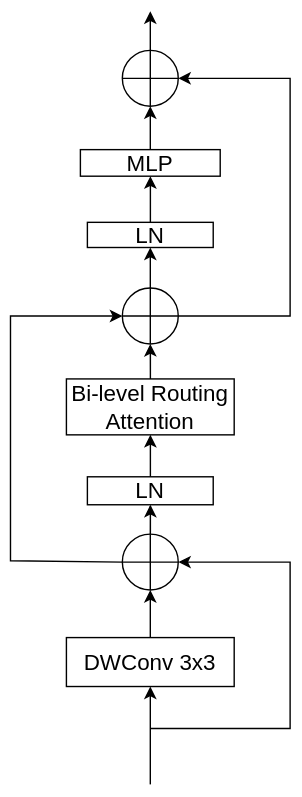
Above: BiFormer.drawio.svg in HTMLCSS-XD/draw.io (draw.io), before the change. Source tidied: cells renumbered, new cells last; positions are measured from the earlier drawing's top-left corner, leaving out a move shared by most shapes.
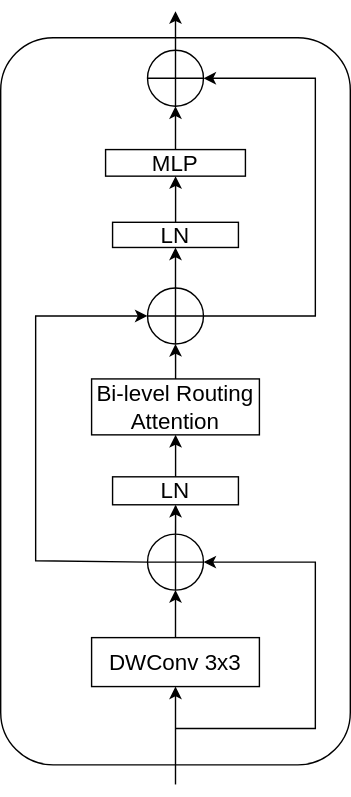
After the change.

Diff of the diagram source:
```diff
@@ -88,5 +88,8 @@
         </Array>
       </mxGeometry>
     </mxCell>
+    <mxCell id="22" style="rounded=1;whiteSpace=wrap;html=1;fillColor=none;" parent="1" vertex="1">
+      <mxGeometry x="-25" y="19" width="250" height="520" as="geometry" />
+    </mxCell>
   </root>
 </mxGraphModel>
```
